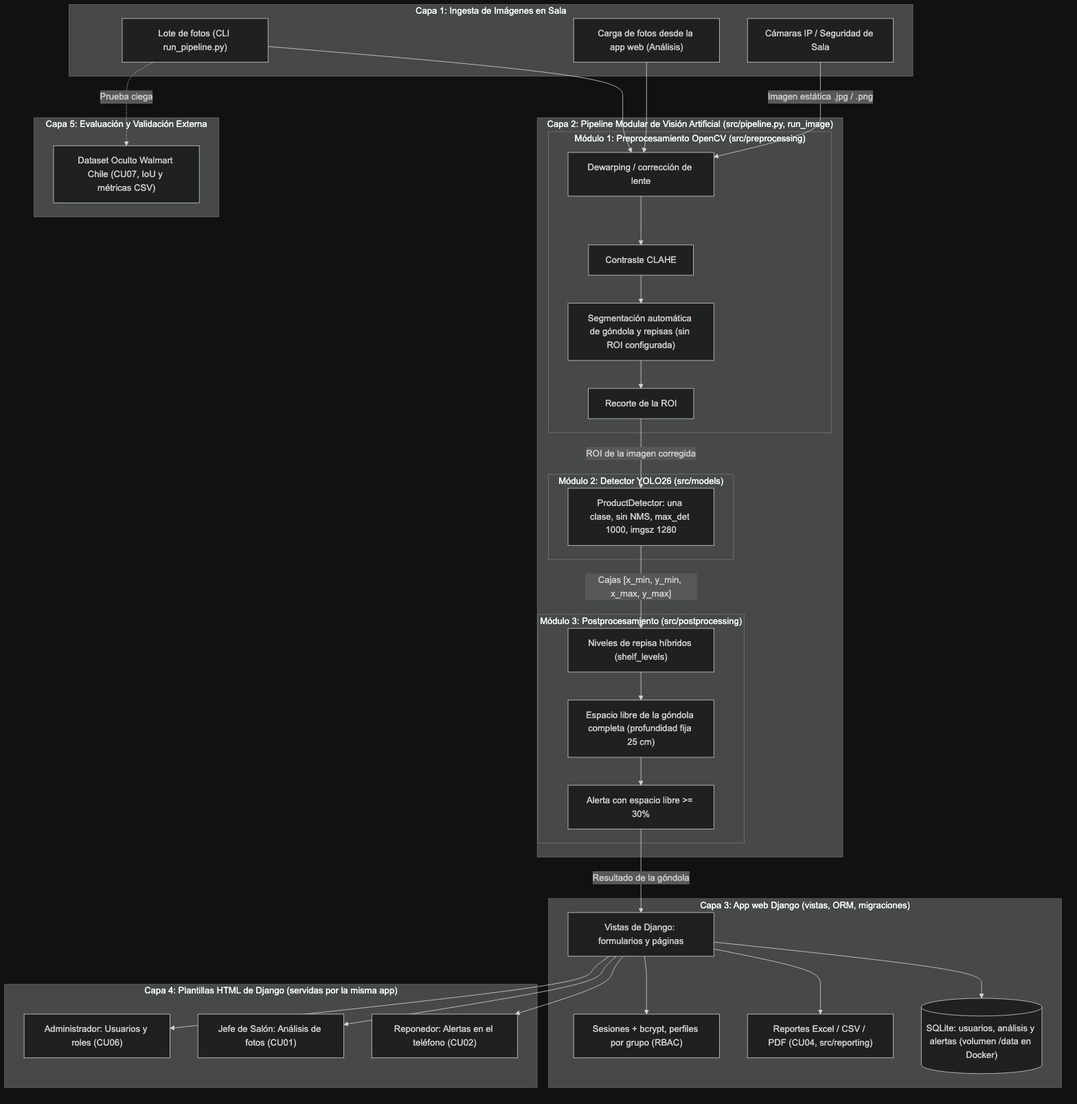
Earlier version of the Mermaid export Anexos/Diseño/Diagrama de arquitectura/Diagrama de Arquitectura.png (marianapeachy/capstone). Its source is kept beside it as Anexos/Diseño/Diagramas fuente (Mermaid)/Diagrama de Arquitectura.mmd.
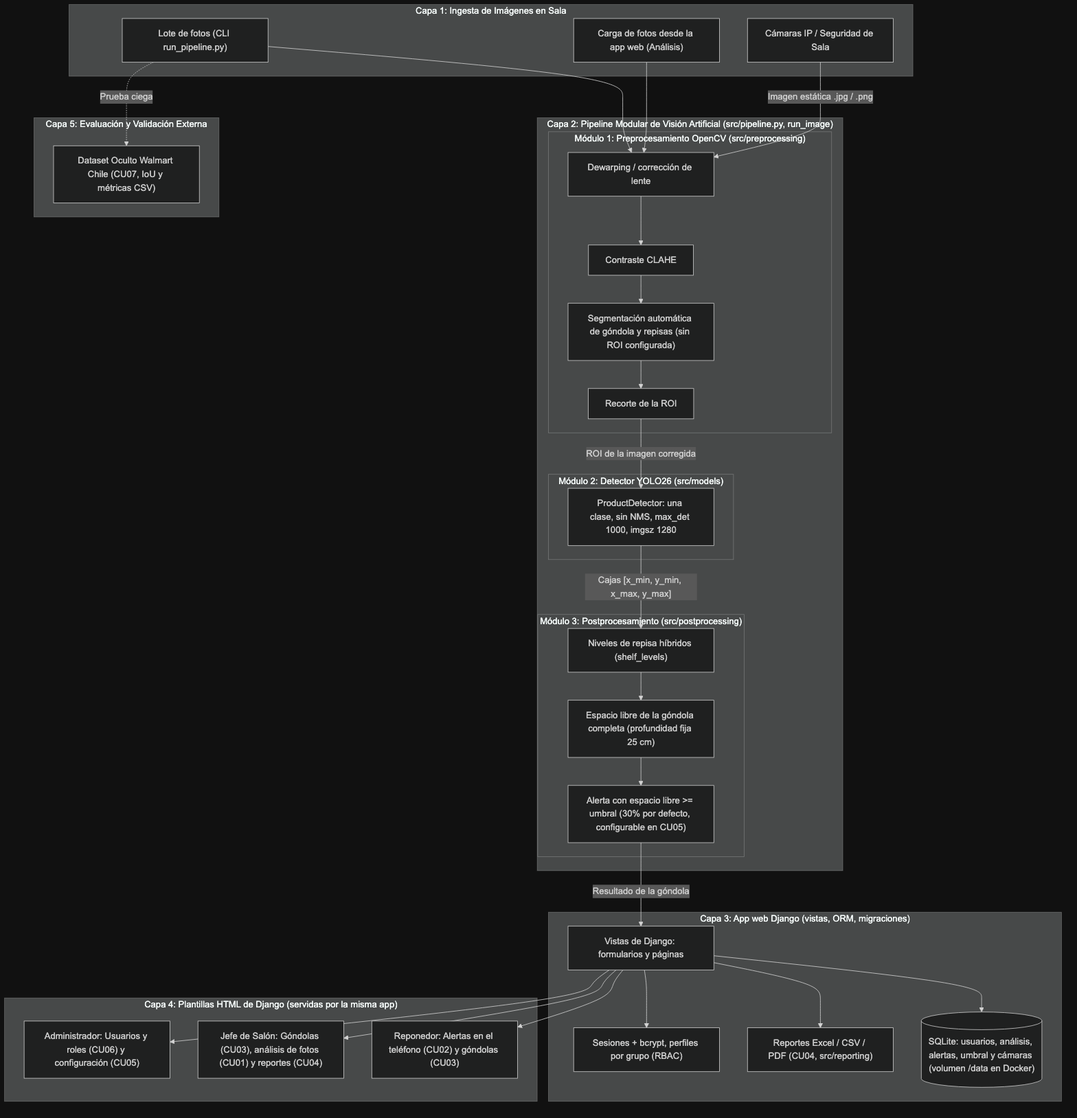
The same file after the commit.

Commit message:
docs: point CU00 and the architecture diagram to the dashboard (#43)

Diff of the diagram source:
```diff
@@ -16,7 +16,7 @@
         end
         subgraph M3["Módulo 3: Postprocesamiento (src/postprocessing)"]
             LVL["Niveles de repisa híbridos (shelf_levels)"] --> AV["Espacio libre de la góndola completa (profundidad fija 25 cm)"]
-            AV --> ALR["Alerta con espacio libre >= 30%"]
+            AV --> ALR["Alerta con espacio libre >= umbral (30% por defecto, configurable en CU05)"]
         end
         ROI -->|"ROI de la imagen corregida"| DET
         DET -->|"Cajas [x_min, y_min, x_max, y_max]"| LVL
@@ -26,16 +26,16 @@
         VIEWS["Vistas de Django: formularios y páginas"]
         AUTH["Sesiones + bcrypt, perfiles por grupo (RBAC)"]
         REP["Reportes Excel / CSV / PDF (CU04, src/reporting)"]
-        DB[("SQLite: usuarios, análisis y alertas (volumen /data en Docker)")]
+        DB[("SQLite: usuarios, análisis, alertas, umbral y cámaras (volumen /data en Docker)")]
         VIEWS --> AUTH
         VIEWS --> REP
         VIEWS --> DB
     end
 
     subgraph C4["Capa 4: Plantillas HTML de Django (servidas por la misma app)"]
-        V_ADM["Administrador: Usuarios y roles (CU06)"]
-        V_JEFE["Jefe de Salón: Análisis de fotos (CU01)"]
-        V_REP["Reponedor: Alertas en el teléfono (CU02)"]
+        V_ADM["Administrador: Usuarios y roles (CU06) y configuración (CU05)"]
+        V_JEFE["Jefe de Salón: Góndolas (CU03), análisis de fotos (CU01) y reportes (CU04)"]
+        V_REP["Reponedor: Alertas en el teléfono (CU02) y góndolas (CU03)"]
     end
 
     subgraph C5["Capa 5: Evaluación y Validación Externa"]
```
